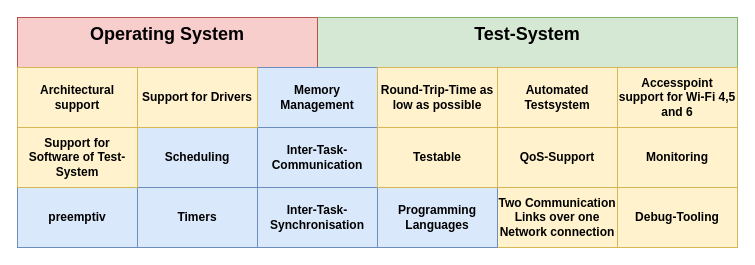
Before: thesis/drawio/Requirements.drawio in studhascja/Masterthesis, a draw.io diagram. Source tidied: cells renumbered, new cells numbered last; positions are measured from the earlier drawing's top-left corner, leaving out a move shared by most shapes. Both pictures are drawn from the tidied source at 100%, with x=0, y=0 at pixel (17, 17).
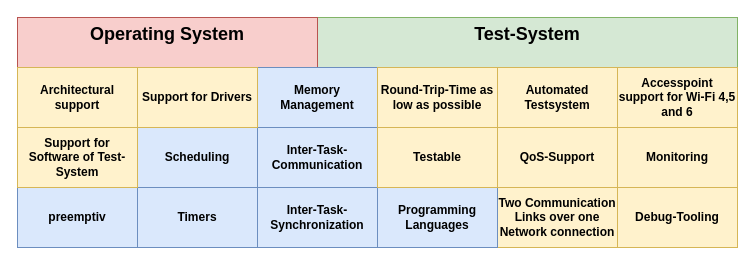
The same page after the edit.

What changed in the source:
```diff
@@
-    <mxCell id="9" value="Inter-Task-Synchronisation" style="rounded=0;whiteSpace=wrap;html=1;fillColor=#dae8fc;strokeColor=#6c8ebf;fontStyle=1;" parent="1" vertex="1">
+    <mxCell id="9" value="Inter-Task-Synchronization" style="rounded=0;whiteSpace=wrap;html=1;fillColor=#dae8fc;strokeColor=#6c8ebf;fontStyle=1;" parent="1" vertex="1">
       <mxGeometry x="240" y="170" width="120" height="60" as="geometry" />
     </mxCell>
```
